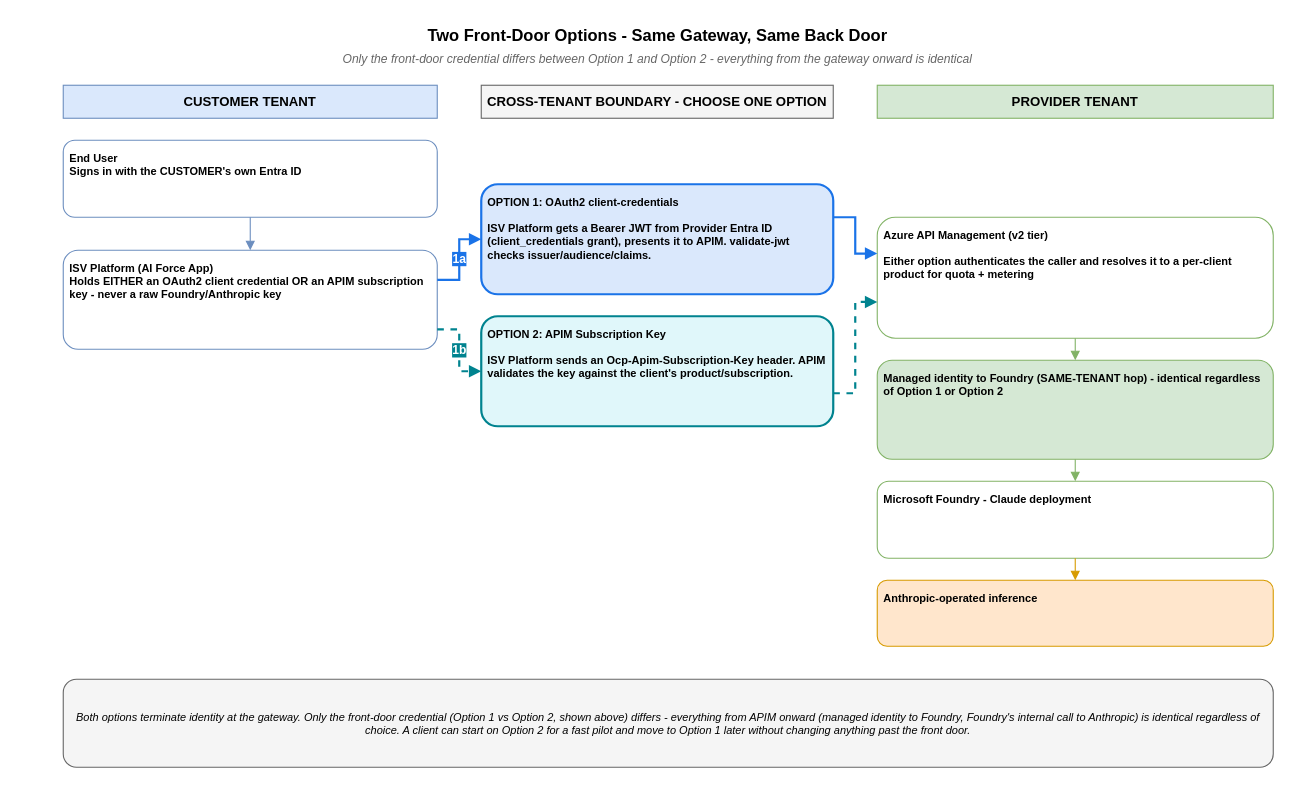
Earlier version of the draw.io diagram diagrams/01-two-options-call-flow.drawio (shaleen-wonder-ent/Cross-Tenant-AI-Gateway). Source tidied: cells renumbered, new cells numbered last; positions are measured from the earlier drawing's top-left corner, leaving out a move shared by most shapes. Both pictures are drawn from the tidied source at 110%, with x=0, y=0 at pixel (19, 19).
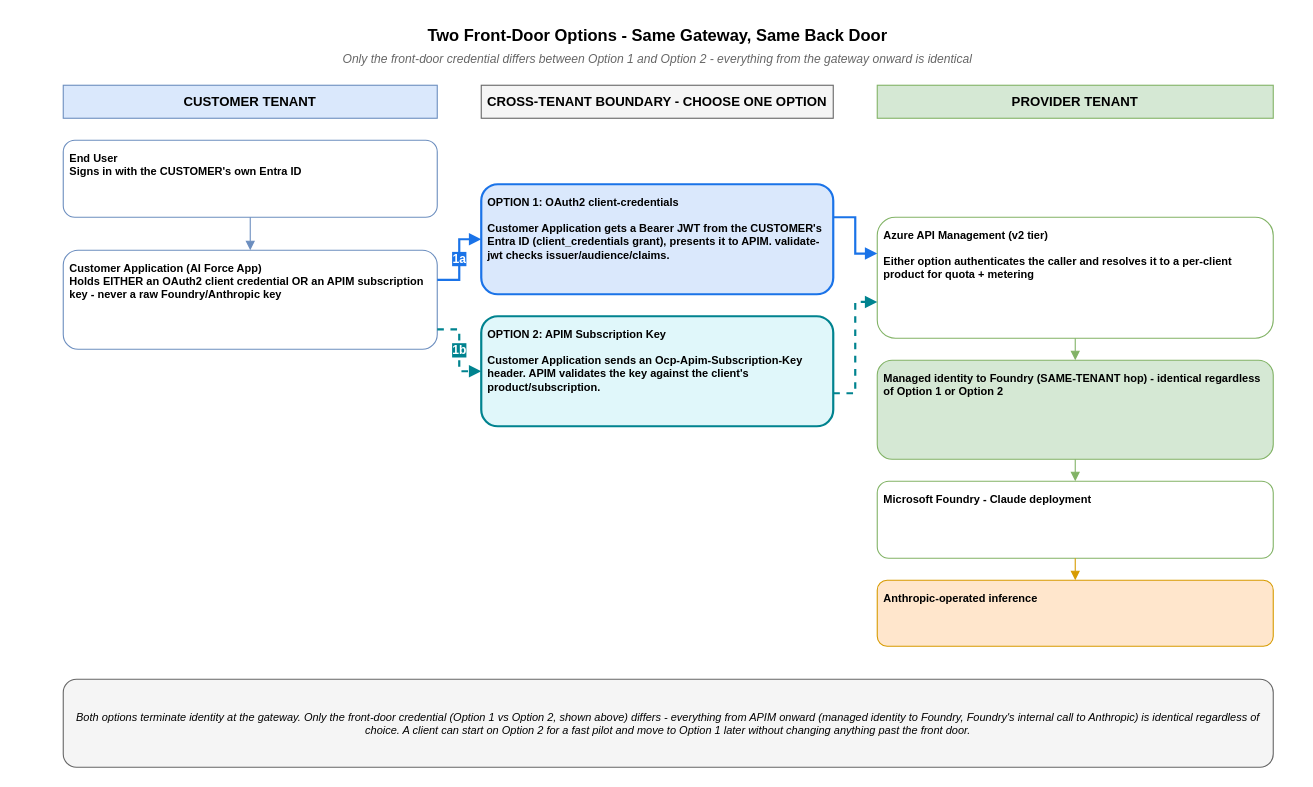
The same diagram, later.

Commit message (it also covers changes not shown here):
docs(diagrams): switch README to SVG diagrams; relabel 'ISV Platform' as 'Customer Application' and fix token issuer to customer Entra

The edit, as a diff of the source:
```diff
@@
-    <mxCell id="8" value="ISV Platform (AI Force App)&lt;br&gt;Holds EITHER an OAuth2 client credential OR an APIM subscription key - never a raw Foundry/Anthropic key" style="rounded=1;whiteSpace=wrap;html=1;align=left;verticalAlign=top;spacing=6;fontSize=10;fillColor=#ffffff;strokeColor=#6c8ebf;fontStyle=1;" parent="1" vertex="1">
+    <mxCell id="8" value="Customer Application (AI Force App)&lt;br&gt;Holds EITHER an OAuth2 client credential OR an APIM subscription key - never a raw Foundry/Anthropic key" style="rounded=1;whiteSpace=wrap;html=1;align=left;verticalAlign=top;spacing=6;fontSize=10;fillColor=#ffffff;strokeColor=#6c8ebf;fontStyle=1;" parent="1" vertex="1">
       <mxGeometry x="40" y="210" width="340" height="90" as="geometry" />
     </mxCell>
-    <mxCell id="9" value="OPTION 1: OAuth2 client-credentials&lt;div&gt;&lt;font color=&quot;#000000&quot;&gt;&lt;br&gt;&lt;/font&gt;ISV Platform gets a Bearer JWT from Provider Entra ID (client_credentials grant), presents it to APIM. validate-jwt checks issuer/audience/claims.&lt;/div&gt;" style="rounded=1;whiteSpace=wrap;html=1;align=left;verticalAlign=top;spacing=6;fontSize=10;fillColor=#dae8fc;strokeColor=#1a73e8;strokeWidth=2;fontStyle=1;" parent="1" vertex="1">
+    <mxCell id="9" value="OPTION 1: OAuth2 client-credentials&lt;div&gt;&lt;font color=&quot;#000000&quot;&gt;&lt;br&gt;&lt;/font&gt;Customer Application gets a Bearer JWT from the CUSTOMER's Entra ID (client_credentials grant), presents it to APIM. validate-jwt checks issuer/audience/claims.&lt;/div&gt;" style="rounded=1;whiteSpace=wrap;html=1;align=left;verticalAlign=top;spacing=6;fontSize=10;fillColor=#dae8fc;strokeColor=#1a73e8;strokeWidth=2;fontStyle=1;" parent="1" vertex="1">
       <mxGeometry x="420" y="150" width="320" height="100" as="geometry" />
     </mxCell>
-    <mxCell id="10" value="OPTION 2: APIM Subscription Key&lt;div&gt;&lt;font color=&quot;#000000&quot;&gt;&lt;br&gt;&lt;/font&gt;ISV Platform sends an Ocp-Apim-Subscription-Key header. APIM validates the key against the client's product/subscription.&lt;/div&gt;" style="rounded=1;whiteSpace=wrap;html=1;align=left;verticalAlign=top;spacing=6;fontSize=10;fillColor=#e0f7fa;strokeColor=#00838f;strokeWidth=2;fontStyle=1;" parent="1" vertex="1">
+    <mxCell id="10" value="OPTION 2: APIM Subscription Key&lt;div&gt;&lt;font color=&quot;#000000&quot;&gt;&lt;br&gt;&lt;/font&gt;Customer Application sends an Ocp-Apim-Subscription-Key header. APIM validates the key against the client's product/subscription.&lt;/div&gt;" style="rounded=1;whiteSpace=wrap;html=1;align=left;verticalAlign=top;spacing=6;fontSize=10;fillColor=#e0f7fa;strokeColor=#00838f;strokeWidth=2;fontStyle=1;" parent="1" vertex="1">
       <mxGeometry x="420" y="270" width="320" height="100" as="geometry" />
     </mxCell>
```
